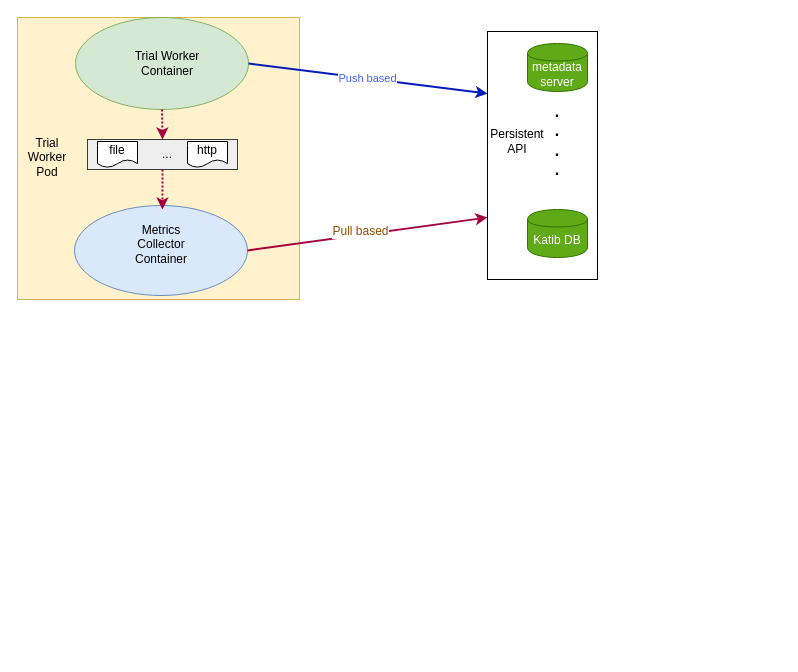
hougangliu/chart keeps this draw.io diagram as katib metrics.drawio. Above is the earlier version. Source tidied: cells renumbered, new cells numbered last; positions are measured from the earlier drawing's top-left corner, leaving out a move shared by most shapes. Both pictures are drawn from the tidied source at 100%, with x=0, y=0 at pixel (17, 17).
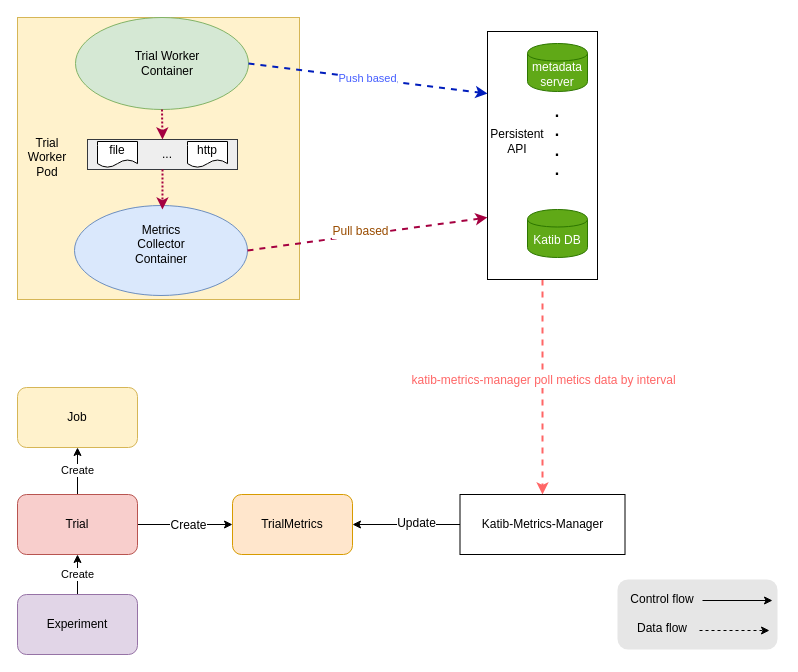
Above is the later version.

Unchanged cells that the change refers to:
```xml
<mxCell id="4" style="rounded=0;whiteSpace=wrap;html=1;" parent="1" vertex="1">
  <mxGeometry x="470" y="14" width="110" height="248" as="geometry" />
</mxCell>
<mxCell id="5" style="ellipse;whiteSpace=wrap;html=1;fillColor=#d5e8d4;strokeColor=#82b366;" parent="1" vertex="1">
  <mxGeometry x="58" width="173" height="92" as="geometry" />
</mxCell>
<mxCell id="6" style="ellipse;whiteSpace=wrap;html=1;fillColor=#dae8fc;strokeColor=#6c8ebf;" parent="1" vertex="1">
  <mxGeometry x="57" y="188" width="173" height="90" as="geometry" />
</mxCell>
```

The edit, as a diff of the source:
```diff
@@
+    <mxCell id="22" style="rounded=1;whiteSpace=wrap;html=1;strokeColor=none;fillColor=#E6E6E6;" parent="1" vertex="1">
+      <mxGeometry x="600" y="562" width="160" height="70" as="geometry" />
+    </mxCell>
@@
+    <mxCell id="23" style="edgeStyle=orthogonalEdgeStyle;rounded=0;jettySize=auto;html=1;dashed=1;strokeWidth=2;entryX=0.5;entryY=0;entryDx=0;entryDy=0;strokeColor=#FF6666;" parent="1" edge="1" source="4" target="33">
+      <mxGeometry relative="1" as="geometry" />
+    </mxCell>
+    <mxCell id="24" value="&lt;font color=&quot;#ff6666&quot;&gt;katib-metrics-manager poll metics data by interval&lt;/font&gt;" style="text;html=1;align=center;verticalAlign=middle;labelBackgroundColor=#ffffff;" parent="23" vertex="1">
+      <mxGeometry x="-0.07" relative="1" as="geometry" />
+    </mxCell>
@@
-    <mxCell id="12" value="&lt;font color=&quot;#455eff&quot;&gt;Push based&lt;/font&gt;" style="endArrow=classic;html=1;exitX=1;exitY=0.5;exitDx=0;exitDy=0;entryX=0;entryY=0.25;entryDx=0;entryDy=0;fillColor=#0050ef;strokeColor=#001DBC;strokeWidth=2;" parent="1" edge="1" source="5" target="4">
+    <mxCell id="12" value="&lt;font color=&quot;#455eff&quot;&gt;Push based&lt;/font&gt;" style="endArrow=classic;html=1;exitX=1;exitY=0.5;exitDx=0;exitDy=0;entryX=0;entryY=0.25;entryDx=0;entryDy=0;fillColor=#0050ef;strokeColor=#001DBC;strokeWidth=2;dashed=1;" parent="1" edge="1" source="5" target="4">
       <mxGeometry relative="1" as="geometry" />
     </mxCell>
-    <mxCell id="13" style="endArrow=classic;html=1;exitX=1;exitY=0.5;exitDx=0;exitDy=0;entryX=0;entryY=0.75;entryDx=0;entryDy=0;fillColor=#d80073;strokeColor=#A50040;strokeWidth=2;" parent="1" edge="1" source="6" target="4">
+    <mxCell id="13" style="endArrow=classic;html=1;exitX=1;exitY=0.5;exitDx=0;exitDy=0;entryX=0;entryY=0.75;entryDx=0;entryDy=0;fillColor=#d80073;strokeColor=#A50040;strokeWidth=2;dashed=1;" parent="1" edge="1" source="6" target="4">
       <mxGeometry relative="1" as="geometry" />
     </mxCell>
@@
+    <mxCell id="25" style="edgeStyle=orthogonalEdgeStyle;rounded=0;jettySize=auto;html=1;strokeWidth=1;" parent="1" edge="1" source="28" target="30">
+      <mxGeometry relative="1" as="geometry" />
+    </mxCell>
+    <mxCell id="26" value="Create" style="text;html=1;align=center;verticalAlign=middle;labelBackgroundColor=#ffffff;" parent="25" vertex="1">
+      <mxGeometry x="0.06" relative="1" as="geometry" />
+    </mxCell>
+    <mxCell id="27" value="Create" style="edgeStyle=orthogonalEdgeStyle;rounded=0;jettySize=auto;html=1;strokeWidth=1;" parent="1" edge="1" source="28" target="29">
+      <mxGeometry relative="1" as="geometry" />
+    </mxCell>
+    <mxCell id="28" value="Trial" style="rounded=1;whiteSpace=wrap;html=1;fillColor=#f8cecc;strokeColor=#b85450;" parent="1" vertex="1">
+      <mxGeometry y="477" width="120" height="60" as="geometry" />
+    </mxCell>
+    <mxCell id="29" value="Job" style="rounded=1;whiteSpace=wrap;html=1;fillColor=#fff2cc;strokeColor=#d6b656;" parent="1" vertex="1">
+      <mxGeometry y="370" width="120" height="60" as="geometry" />
+    </mxCell>
+    <mxCell id="30" value="TrialMetrics" style="rounded=1;whiteSpace=wrap;html=1;fillColor=#ffe6cc;strokeColor=#d79b00;" parent="1" vertex="1">
+      <mxGeometry x="215" y="477" width="120" height="60" as="geometry" />
+    </mxCell>
+    <mxCell id="31" style="edgeStyle=orthogonalEdgeStyle;rounded=0;jettySize=auto;html=1;strokeWidth=1;entryX=1;entryY=0.5;entryDx=0;entryDy=0;" parent="1" edge="1" source="33" target="30">
+      <mxGeometry relative="1" as="geometry" />
+    </mxCell>
+    <mxCell id="32" value="Update" style="text;html=1;align=center;verticalAlign=middle;labelBackgroundColor=#ffffff;" parent="31" vertex="1">
+      <mxGeometry x="-0.19" y="-2" relative="1" as="geometry" />
+    </mxCell>
+    <mxCell id="33" value="&lt;span style=&quot;white-space: normal&quot;&gt;Katib-Metrics-Manager&lt;/span&gt;" style="rounded=0;whiteSpace=wrap;html=1;" parent="1" vertex="1">
+      <mxGeometry x="442.5" y="477" width="165" height="60" as="geometry" />
+    </mxCell>
+    <mxCell id="34" value="Create" style="edgeStyle=orthogonalEdgeStyle;rounded=0;jettySize=auto;html=1;strokeWidth=1;" parent="1" edge="1" source="35" target="28">
+      <mxGeometry relative="1" as="geometry" />
+    </mxCell>
+    <mxCell id="35" value="Experiment" style="rounded=1;whiteSpace=wrap;html=1;fillColor=#e1d5e7;strokeColor=#9673a6;" parent="1" vertex="1">
+      <mxGeometry y="577" width="120" height="60" as="geometry" />
+    </mxCell>
+    <mxCell id="36" style="endArrow=classic;html=1;strokeColor=#000000;strokeWidth=1;" parent="1" edge="1">
+      <mxGeometry relative="1" as="geometry">
+        <mxPoint x="685" y="583" as="sourcePoint" />
+        <mxPoint x="755" y="583" as="targetPoint" />
+      </mxGeometry>
+    </mxCell>
+    <mxCell id="37" style="endArrow=classic;html=1;strokeColor=#000000;strokeWidth=1;dashed=1;" parent="1" edge="1">
+      <mxGeometry relative="1" as="geometry">
+        <mxPoint x="682" y="613" as="sourcePoint" />
+        <mxPoint x="752" y="613" as="targetPoint" />
+      </mxGeometry>
+    </mxCell>
+    <mxCell id="38" value="Control flow" style="text;html=1;strokeColor=none;fillColor=none;align=center;verticalAlign=middle;whiteSpace=wrap;rounded=0;" parent="1" vertex="1">
+      <mxGeometry x="610" y="572" width="70" height="20" as="geometry" />
+    </mxCell>
+    <mxCell id="39" value="Data flow" style="text;html=1;strokeColor=none;fillColor=none;align=center;verticalAlign=middle;whiteSpace=wrap;rounded=0;" parent="1" vertex="1">
+      <mxGeometry x="610" y="601" width="70" height="20" as="geometry" />
+    </mxCell>
```
